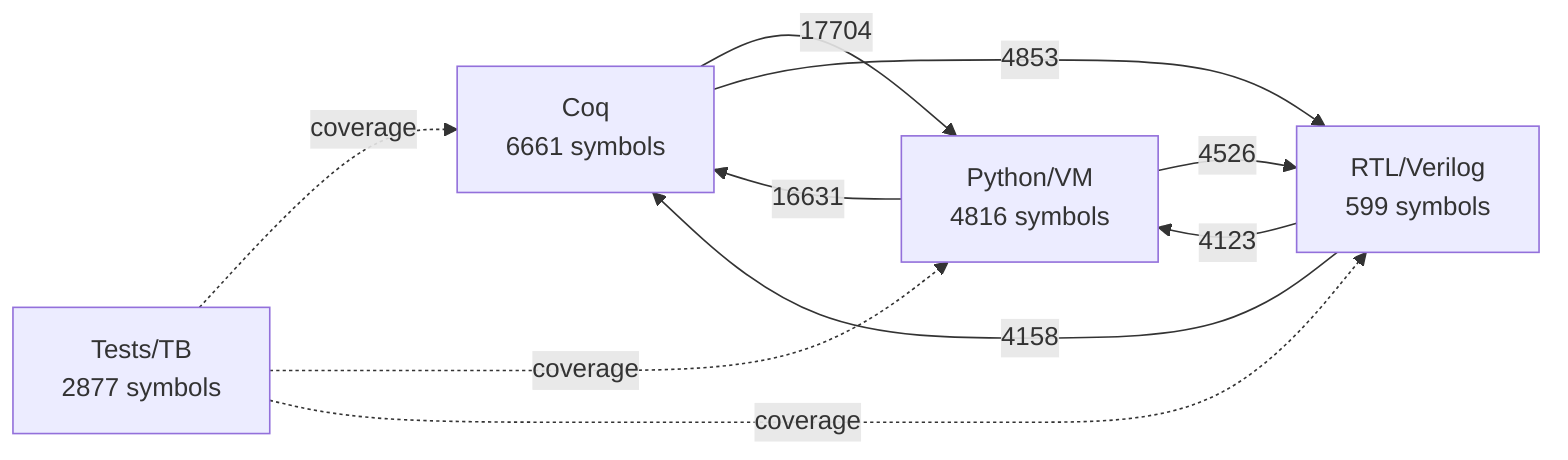
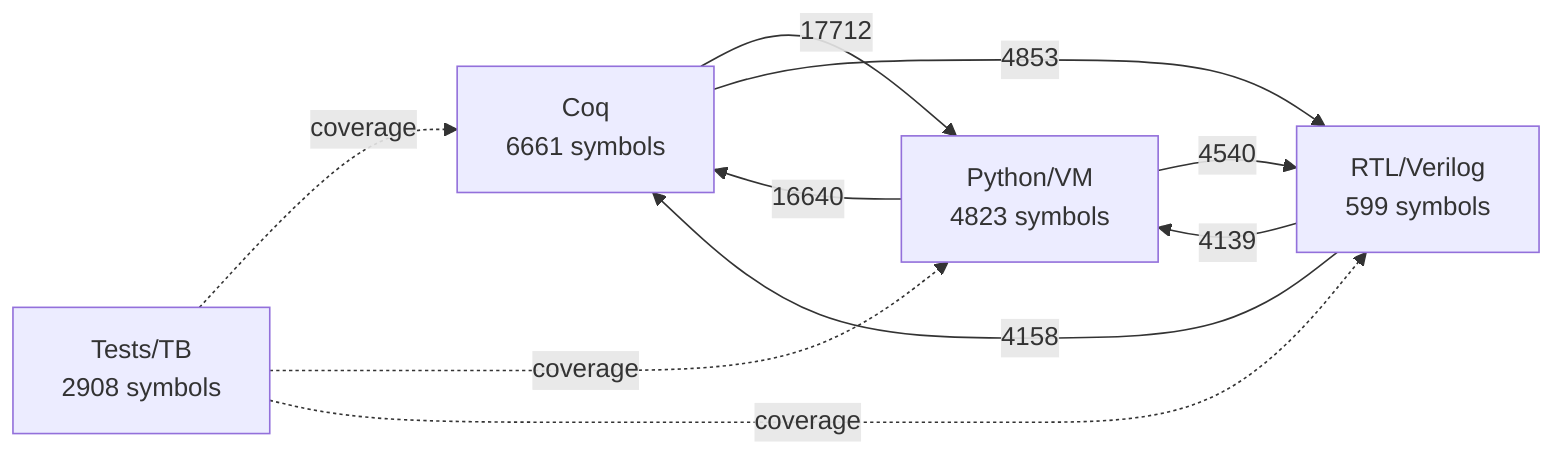
flowchart LR
  C["Coq\n6661 symbols"]
-   P["Python/VM\n4816 symbols"]
+   P["Python/VM\n4823 symbols"]
  R["RTL/Verilog\n599 symbols"]
-   T["Tests/TB\n2877 symbols"]
-   C -->|17704| P
-   P -->|16631| C
+   T["Tests/TB\n2908 symbols"]
+   C -->|17712| P
+   P -->|16640| C
  C -->|4853| R
  R -->|4158| C
-   P -->|4526| R
-   R -->|4123| P
+   P -->|4540| R
+   R -->|4139| P
  T -. coverage .-> C
  T -. coverage .-> P
  T -. coverage .-> R
